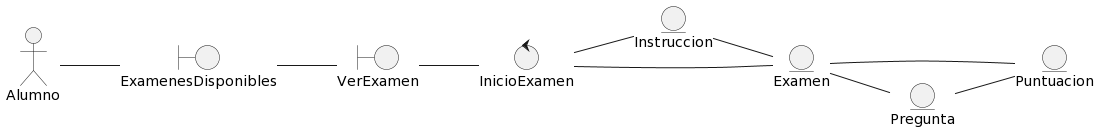
This is docs/scenariosView/DiagramaClasesDeAnalisis/DiagramaClasesDeAnalisis.png from Carverz/IS-022023_Proyecto-Grupo-4, a PlantUML export, as it was before one commit.
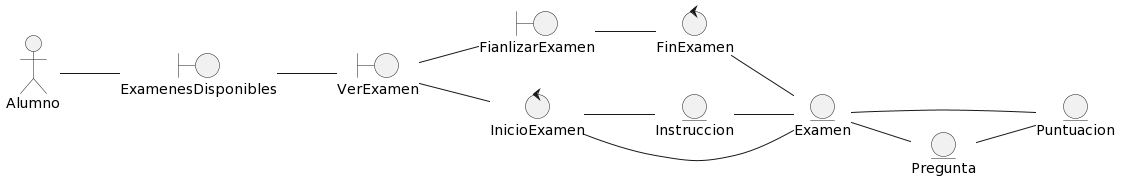
After the change.

Commit message:
Imagen diagrama de analisis

The edit, as a diff of the source:
```diff
@@ -4,13 +4,14 @@
 hide link
 Actor Alumno
 boundary ExamenesDisponibles
-
 boundary VerExamen
+boundary FianlizarExamen
 entity Instruccion
 entity Examen
 entity Puntuacion
 entity Pregunta
 control InicioExamen
+control FinExamen
 
 Alumno  -- ExamenesDisponibles
 ExamenesDisponibles -- VerExamen
@@ -21,4 +22,7 @@
 Examen -- Pregunta
 Examen -- Puntuacion
 Pregunta -- Puntuacion
+VerExamen -- FianlizarExamen
+FianlizarExamen -- FinExamen
+FinExamen -- Examen
 @enduml
```
